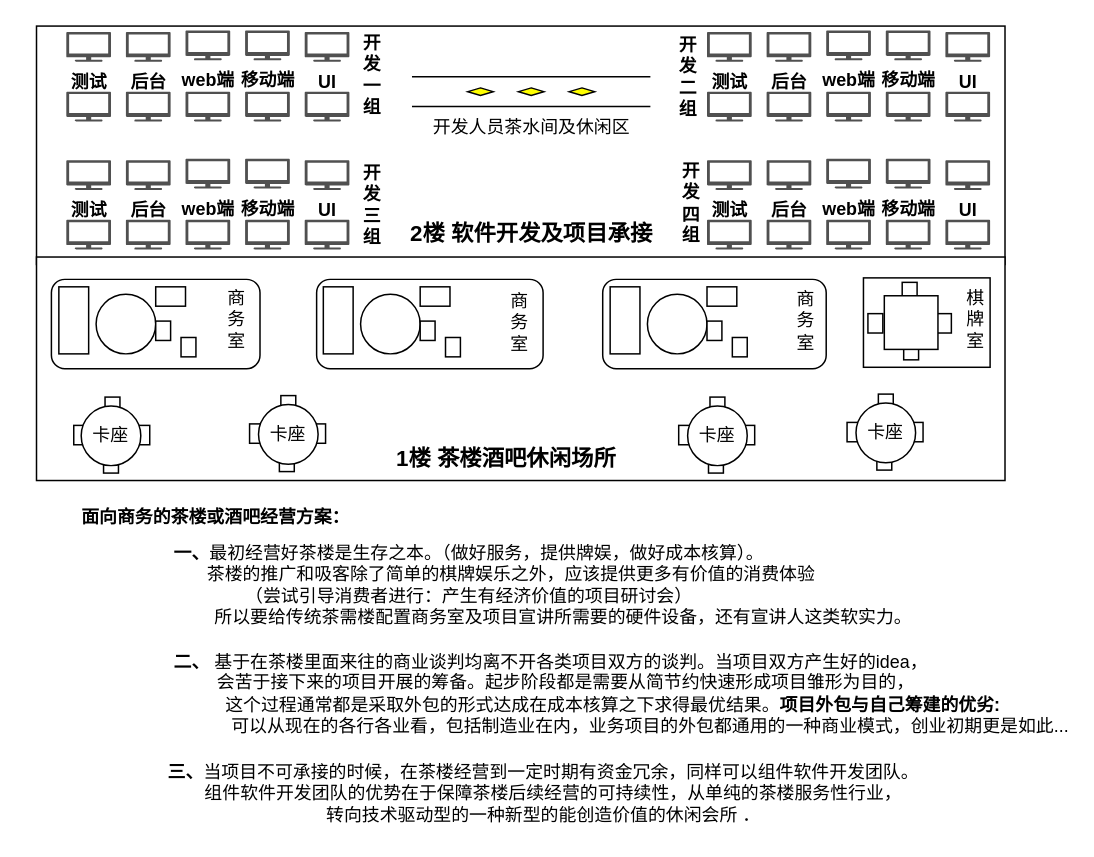
The draw.io diagram 茶楼酒吧休闲场所.drawio in UTOUUCENTER-CD/draw.io, before the edit. Source tidied: cells renumbered, new cells numbered last; positions are measured from the earlier drawing's top-left corner, leaving out a move shared by most shapes. Both pictures are drawn from the tidied source at 149%, with x=0, y=0 at pixel (28, 25).
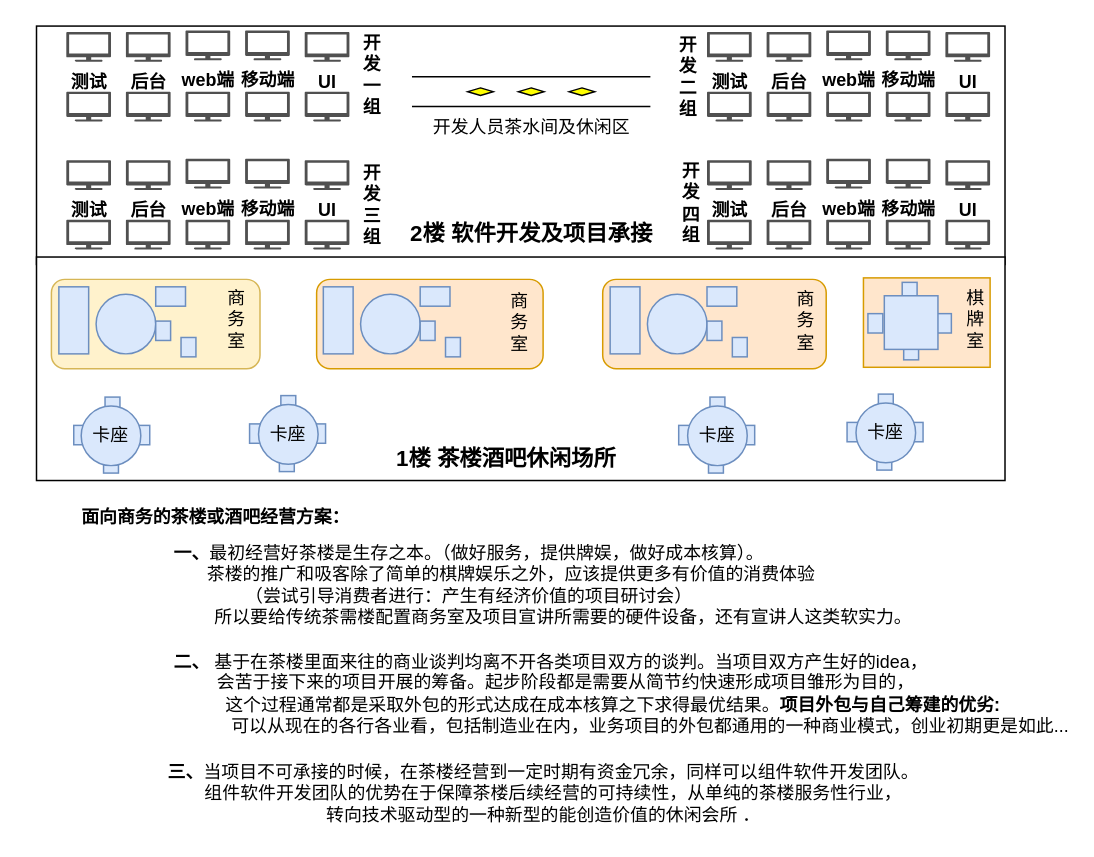
The same diagram, later.

Commit message:
Update 茶楼酒吧休闲场所.drawio

Unchanged cells that the change refers to:
```xml
<mxCell id="5" style="group;" parent="1" vertex="1">
  <mxGeometry x="5" width="675" height="305" as="geometry" />
</mxCell>
```

The edit, as a diff of the source:
```diff
@@
-    <mxCell id="21" style="rounded=1;whiteSpace=wrap;html=1;" parent="5" vertex="1">
+    <mxCell id="21" style="rounded=1;whiteSpace=wrap;html=1;fillColor=#fff2cc;strokeColor=#d6b656;" parent="5" vertex="1">
       <mxGeometry x="10" y="170" width="140" height="60" as="geometry" />
     </mxCell>
-    <mxCell id="22" style="ellipse;whiteSpace=wrap;html=1;" parent="5" vertex="1">
+    <mxCell id="22" style="ellipse;whiteSpace=wrap;html=1;fillColor=#dae8fc;strokeColor=#6c8ebf;" parent="5" vertex="1">
       <mxGeometry x="40" y="180" width="40" height="40" as="geometry" />
     </mxCell>
-    <mxCell id="23" style="rounded=0;whiteSpace=wrap;html=1;" parent="5" vertex="1">
+    <mxCell id="23" style="rounded=0;whiteSpace=wrap;html=1;fillColor=#DAE8FC;strokeColor=#6c8ebf;" parent="5" vertex="1">
       <mxGeometry x="15" y="175" width="20" height="45" as="geometry" />
     </mxCell>
-    <mxCell id="24" style="rounded=0;whiteSpace=wrap;html=1;" parent="5" vertex="1">
+    <mxCell id="24" style="rounded=0;whiteSpace=wrap;html=1;fillColor=#DAE8FC;strokeColor=#6c8ebf;" parent="5" vertex="1">
       <mxGeometry x="80" y="175" width="20" height="13" as="geometry" />
     </mxCell>
-    <mxCell id="25" style="rounded=0;whiteSpace=wrap;html=1;" parent="5" vertex="1">
+    <mxCell id="25" style="rounded=0;whiteSpace=wrap;html=1;fillColor=#dae8fc;strokeColor=#6c8ebf;" parent="5" vertex="1">
       <mxGeometry x="80" y="198" width="10" height="13" as="geometry" />
     </mxCell>
-    <mxCell id="26" style="rounded=0;whiteSpace=wrap;html=1;" parent="5" vertex="1">
+    <mxCell id="26" style="rounded=0;whiteSpace=wrap;html=1;fillColor=#dae8fc;strokeColor=#6c8ebf;" parent="5" vertex="1">
       <mxGeometry x="97" y="209" width="10" height="13" as="geometry" />
     </mxCell>
-    <mxCell id="27" style="rounded=1;whiteSpace=wrap;html=1;" parent="5" vertex="1">
+    <mxCell id="27" style="rounded=1;whiteSpace=wrap;html=1;fillColor=#ffe6cc;strokeColor=#d79b00;" parent="5" vertex="1">
       <mxGeometry x="188" y="170" width="152" height="60" as="geometry" />
     </mxCell>
-    <mxCell id="28" style="ellipse;whiteSpace=wrap;html=1;" parent="5" vertex="1">
+    <mxCell id="28" style="ellipse;whiteSpace=wrap;html=1;fillColor=#dae8fc;strokeColor=#6c8ebf;" parent="5" vertex="1">
       <mxGeometry x="217.5" y="180" width="40" height="40" as="geometry" />
     </mxCell>
-    <mxCell id="29" style="rounded=0;whiteSpace=wrap;html=1;" parent="5" vertex="1">
+    <mxCell id="29" style="rounded=0;whiteSpace=wrap;html=1;fillColor=#dae8fc;strokeColor=#6c8ebf;" parent="5" vertex="1">
       <mxGeometry x="192.5" y="175" width="20" height="45" as="geometry" />
     </mxCell>
-    <mxCell id="30" style="rounded=0;whiteSpace=wrap;html=1;" parent="5" vertex="1">
+    <mxCell id="30" style="rounded=0;whiteSpace=wrap;html=1;fillColor=#dae8fc;strokeColor=#6c8ebf;" parent="5" vertex="1">
       <mxGeometry x="257.5" y="175" width="20" height="13" as="geometry" />
     </mxCell>
-    <mxCell id="31" style="rounded=0;whiteSpace=wrap;html=1;" parent="5" vertex="1">
+    <mxCell id="31" style="rounded=0;whiteSpace=wrap;html=1;fillColor=#dae8fc;strokeColor=#6c8ebf;" parent="5" vertex="1">
       <mxGeometry x="257.5" y="198" width="10" height="13" as="geometry" />
     </mxCell>
-    <mxCell id="32" style="rounded=0;whiteSpace=wrap;html=1;" parent="5" vertex="1">
+    <mxCell id="32" style="rounded=0;whiteSpace=wrap;html=1;fillColor=#dae8fc;strokeColor=#6c8ebf;" parent="5" vertex="1">
       <mxGeometry x="274.5" y="209" width="10" height="13" as="geometry" />
     </mxCell>
-    <mxCell id="33" style="rounded=1;whiteSpace=wrap;html=1;" parent="5" vertex="1">
+    <mxCell id="33" style="rounded=1;whiteSpace=wrap;html=1;fillColor=#ffe6cc;strokeColor=#d79b00;" parent="5" vertex="1">
       <mxGeometry x="380" y="170" width="150" height="60" as="geometry" />
     </mxCell>
-    <mxCell id="34" style="ellipse;whiteSpace=wrap;html=1;" parent="5" vertex="1">
+    <mxCell id="34" style="ellipse;whiteSpace=wrap;html=1;fillColor=#dae8fc;strokeColor=#6c8ebf;" parent="5" vertex="1">
       <mxGeometry x="410" y="180" width="40" height="40" as="geometry" />
     </mxCell>
-    <mxCell id="35" style="rounded=0;whiteSpace=wrap;html=1;" parent="5" vertex="1">
+    <mxCell id="35" style="rounded=0;whiteSpace=wrap;html=1;fillColor=#dae8fc;strokeColor=#6c8ebf;" parent="5" vertex="1">
       <mxGeometry x="385" y="175" width="20" height="45" as="geometry" />
     </mxCell>
-    <mxCell id="36" style="rounded=0;whiteSpace=wrap;html=1;" parent="5" vertex="1">
+    <mxCell id="36" style="rounded=0;whiteSpace=wrap;html=1;fillColor=#dae8fc;strokeColor=#6c8ebf;" parent="5" vertex="1">
       <mxGeometry x="450" y="175" width="20" height="13" as="geometry" />
     </mxCell>
-    <mxCell id="37" style="rounded=0;whiteSpace=wrap;html=1;" parent="5" vertex="1">
+    <mxCell id="37" style="rounded=0;whiteSpace=wrap;html=1;fillColor=#dae8fc;strokeColor=#6c8ebf;" parent="5" vertex="1">
       <mxGeometry x="450" y="198" width="10" height="13" as="geometry" />
     </mxCell>
-    <mxCell id="38" style="rounded=0;whiteSpace=wrap;html=1;" parent="5" vertex="1">
+    <mxCell id="38" style="rounded=0;whiteSpace=wrap;html=1;fillColor=#dae8fc;strokeColor=#6c8ebf;" parent="5" vertex="1">
       <mxGeometry x="467" y="209" width="10" height="13" as="geometry" />
     </mxCell>
-    <mxCell id="39" style="rounded=0;whiteSpace=wrap;html=1;" parent="5" vertex="1">
+    <mxCell id="39" style="rounded=0;whiteSpace=wrap;html=1;fillColor=#dae8fc;strokeColor=#6c8ebf;" parent="5" vertex="1">
       <mxGeometry x="66" y="268" width="10" height="13" as="geometry" />
     </mxCell>
-    <mxCell id="40" style="rounded=0;whiteSpace=wrap;html=1;" parent="5" vertex="1">
+    <mxCell id="40" style="rounded=0;whiteSpace=wrap;html=1;fillColor=#dae8fc;strokeColor=#6c8ebf;" parent="5" vertex="1">
       <mxGeometry x="25" y="268" width="10" height="13" as="geometry" />
     </mxCell>
-    <mxCell id="41" style="rounded=0;whiteSpace=wrap;html=1;" parent="5" vertex="1">
+    <mxCell id="41" style="rounded=0;whiteSpace=wrap;html=1;fillColor=#dae8fc;strokeColor=#6c8ebf;" parent="5" vertex="1">
       <mxGeometry x="45" y="290" width="10" height="10" as="geometry" />
     </mxCell>
-    <mxCell id="42" style="rounded=0;whiteSpace=wrap;html=1;" parent="5" vertex="1">
+    <mxCell id="42" style="rounded=0;whiteSpace=wrap;html=1;fillColor=#dae8fc;strokeColor=#6c8ebf;" parent="5" vertex="1">
       <mxGeometry x="46" y="249" width="10" height="10" as="geometry" />
     </mxCell>
-    <mxCell id="43" style="rounded=0;whiteSpace=wrap;html=1;" parent="5" vertex="1">
+    <mxCell id="43" style="rounded=0;whiteSpace=wrap;html=1;fillColor=#dae8fc;strokeColor=#6c8ebf;" parent="5" vertex="1">
       <mxGeometry x="184" y="267" width="10" height="13" as="geometry" />
     </mxCell>
-    <mxCell id="44" style="rounded=0;whiteSpace=wrap;html=1;" parent="5" vertex="1">
+    <mxCell id="44" style="rounded=0;whiteSpace=wrap;html=1;fillColor=#dae8fc;strokeColor=#6c8ebf;" parent="5" vertex="1">
       <mxGeometry x="143" y="267" width="10" height="13" as="geometry" />
     </mxCell>
-    <mxCell id="45" style="rounded=0;whiteSpace=wrap;html=1;" parent="5" vertex="1">
+    <mxCell id="45" style="rounded=0;whiteSpace=wrap;html=1;fillColor=#dae8fc;strokeColor=#6c8ebf;" parent="5" vertex="1">
       <mxGeometry x="163" y="289" width="10" height="10" as="geometry" />
     </mxCell>
-    <mxCell id="46" style="rounded=0;whiteSpace=wrap;html=1;" parent="5" vertex="1">
+    <mxCell id="46" style="rounded=0;whiteSpace=wrap;html=1;fillColor=#dae8fc;strokeColor=#6c8ebf;" parent="5" vertex="1">
       <mxGeometry x="164" y="248" width="10" height="10" as="geometry" />
     </mxCell>
-    <mxCell id="47" value="卡座" style="ellipse;whiteSpace=wrap;html=1;" parent="5" vertex="1">
+    <mxCell id="47" value="卡座" style="ellipse;whiteSpace=wrap;html=1;fillColor=#dae8fc;strokeColor=#6c8ebf;" parent="5" vertex="1">
       <mxGeometry x="149" y="254" width="40" height="40" as="geometry" />
     </mxCell>
-    <mxCell id="48" value="卡座" style="ellipse;whiteSpace=wrap;html=1;" parent="5" vertex="1">
+    <mxCell id="48" value="卡座" style="ellipse;whiteSpace=wrap;html=1;fillColor=#dae8fc;strokeColor=#6c8ebf;" parent="5" vertex="1">
       <mxGeometry x="30" y="255" width="40" height="40" as="geometry" />
     </mxCell>
-    <mxCell id="49" style="rounded=0;whiteSpace=wrap;html=1;" parent="5" vertex="1">
+    <mxCell id="49" style="rounded=0;whiteSpace=wrap;html=1;fillColor=#dae8fc;strokeColor=#6c8ebf;" parent="5" vertex="1">
       <mxGeometry x="472" y="268" width="10" height="13" as="geometry" />
     </mxCell>
-    <mxCell id="50" style="rounded=0;whiteSpace=wrap;html=1;" parent="5" vertex="1">
+    <mxCell id="50" style="rounded=0;whiteSpace=wrap;html=1;fillColor=#dae8fc;strokeColor=#6c8ebf;" parent="5" vertex="1">
       <mxGeometry x="431" y="268" width="10" height="13" as="geometry" />
     </mxCell>
-    <mxCell id="51" style="rounded=0;whiteSpace=wrap;html=1;" parent="5" vertex="1">
+    <mxCell id="51" style="rounded=0;whiteSpace=wrap;html=1;fillColor=#dae8fc;strokeColor=#6c8ebf;" parent="5" vertex="1">
       <mxGeometry x="451" y="290" width="10" height="10" as="geometry" />
     </mxCell>
-    <mxCell id="52" style="rounded=0;whiteSpace=wrap;html=1;" parent="5" vertex="1">
+    <mxCell id="52" style="rounded=0;whiteSpace=wrap;html=1;fillColor=#dae8fc;strokeColor=#6c8ebf;" parent="5" vertex="1">
       <mxGeometry x="452" y="249" width="10" height="10" as="geometry" />
     </mxCell>
-    <mxCell id="53" value="卡座" style="ellipse;whiteSpace=wrap;html=1;" parent="5" vertex="1">
+    <mxCell id="53" value="卡座" style="ellipse;whiteSpace=wrap;html=1;fillColor=#dae8fc;strokeColor=#6c8ebf;" parent="5" vertex="1">
       <mxGeometry x="437" y="255" width="40" height="40" as="geometry" />
     </mxCell>
-    <mxCell id="54" style="rounded=0;whiteSpace=wrap;html=1;" parent="5" vertex="1">
+    <mxCell id="54" style="rounded=0;whiteSpace=wrap;html=1;fillColor=#dae8fc;strokeColor=#6c8ebf;" parent="5" vertex="1">
       <mxGeometry x="585" y="266" width="10" height="13" as="geometry" />
     </mxCell>
-    <mxCell id="55" style="rounded=0;whiteSpace=wrap;html=1;" parent="5" vertex="1">
+    <mxCell id="55" style="rounded=0;whiteSpace=wrap;html=1;fillColor=#dae8fc;strokeColor=#6c8ebf;" parent="5" vertex="1">
       <mxGeometry x="544" y="266" width="10" height="13" as="geometry" />
     </mxCell>
-    <mxCell id="56" style="rounded=0;whiteSpace=wrap;html=1;" parent="5" vertex="1">
+    <mxCell id="56" style="rounded=0;whiteSpace=wrap;html=1;fillColor=#dae8fc;strokeColor=#6c8ebf;" parent="5" vertex="1">
       <mxGeometry x="564" y="288" width="10" height="10" as="geometry" />
     </mxCell>
-    <mxCell id="57" style="rounded=0;whiteSpace=wrap;html=1;" parent="5" vertex="1">
+    <mxCell id="57" style="rounded=0;whiteSpace=wrap;html=1;fillColor=#dae8fc;strokeColor=#6c8ebf;" parent="5" vertex="1">
       <mxGeometry x="565" y="247" width="10" height="10" as="geometry" />
     </mxCell>
-    <mxCell id="58" value="卡座" style="ellipse;whiteSpace=wrap;html=1;" parent="5" vertex="1">
+    <mxCell id="58" value="卡座" style="ellipse;whiteSpace=wrap;html=1;fillColor=#dae8fc;strokeColor=#6c8ebf;" parent="5" vertex="1">
       <mxGeometry x="550" y="253" width="40" height="40" as="geometry" />
     </mxCell>
@@
-    <mxCell id="96" style="rounded=0;whiteSpace=wrap;html=1;" parent="5" vertex="1">
+    <mxCell id="96" style="rounded=0;whiteSpace=wrap;html=1;fillColor=#ffe6cc;strokeColor=#d79b00;" parent="5" vertex="1">
       <mxGeometry x="555" y="169" width="85" height="60" as="geometry" />
     </mxCell>
@@
-    <mxCell id="99" style="rounded=0;whiteSpace=wrap;html=1;" parent="1" vertex="1">
+    <mxCell id="99" style="rounded=0;whiteSpace=wrap;html=1;fillColor=#dae8fc;strokeColor=#6c8ebf;" parent="1" vertex="1">
       <mxGeometry x="609" y="193" width="10" height="13" as="geometry" />
     </mxCell>
-    <mxCell id="100" style="rounded=0;whiteSpace=wrap;html=1;" parent="1" vertex="1">
+    <mxCell id="100" style="rounded=0;whiteSpace=wrap;html=1;fillColor=#dae8fc;strokeColor=#6c8ebf;" parent="1" vertex="1">
       <mxGeometry x="563" y="193" width="10" height="13" as="geometry" />
     </mxCell>
-    <mxCell id="101" style="rounded=0;whiteSpace=wrap;html=1;" parent="1" vertex="1">
+    <mxCell id="101" style="rounded=0;whiteSpace=wrap;html=1;fillColor=#dae8fc;strokeColor=#6c8ebf;" parent="1" vertex="1">
       <mxGeometry x="587" y="214" width="10" height="10" as="geometry" />
     </mxCell>
-    <mxCell id="102" style="rounded=0;whiteSpace=wrap;html=1;" parent="1" vertex="1">
+    <mxCell id="102" style="rounded=0;whiteSpace=wrap;html=1;fillColor=#dae8fc;strokeColor=#6c8ebf;" parent="1" vertex="1">
       <mxGeometry x="586" y="172" width="10" height="10" as="geometry" />
     </mxCell>
-    <mxCell id="103" style="whiteSpace=wrap;html=1;" parent="1" vertex="1">
+    <mxCell id="103" style="whiteSpace=wrap;html=1;fillColor=#dae8fc;strokeColor=#6c8ebf;" parent="1" vertex="1">
       <mxGeometry x="574" y="181" width="36" height="36" as="geometry" />
     </mxCell>
```
